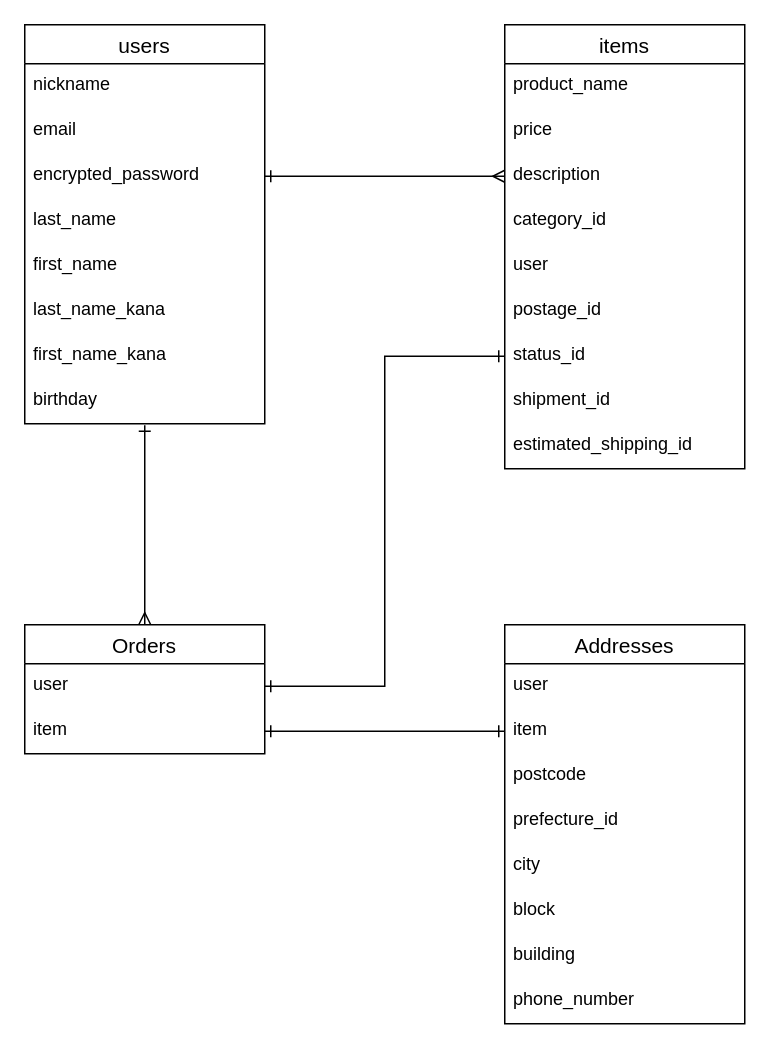
Above: test.dio in nakadairay/furima-36395 (draw.io), before the change. Source tidied: cells renumbered, new cells numbered last; positions are measured from the earlier drawing's top-left corner, leaving out a move shared by most shapes. Both pictures are drawn from the tidied source at 150%, with x=0, y=0 at pixel (24, 24).
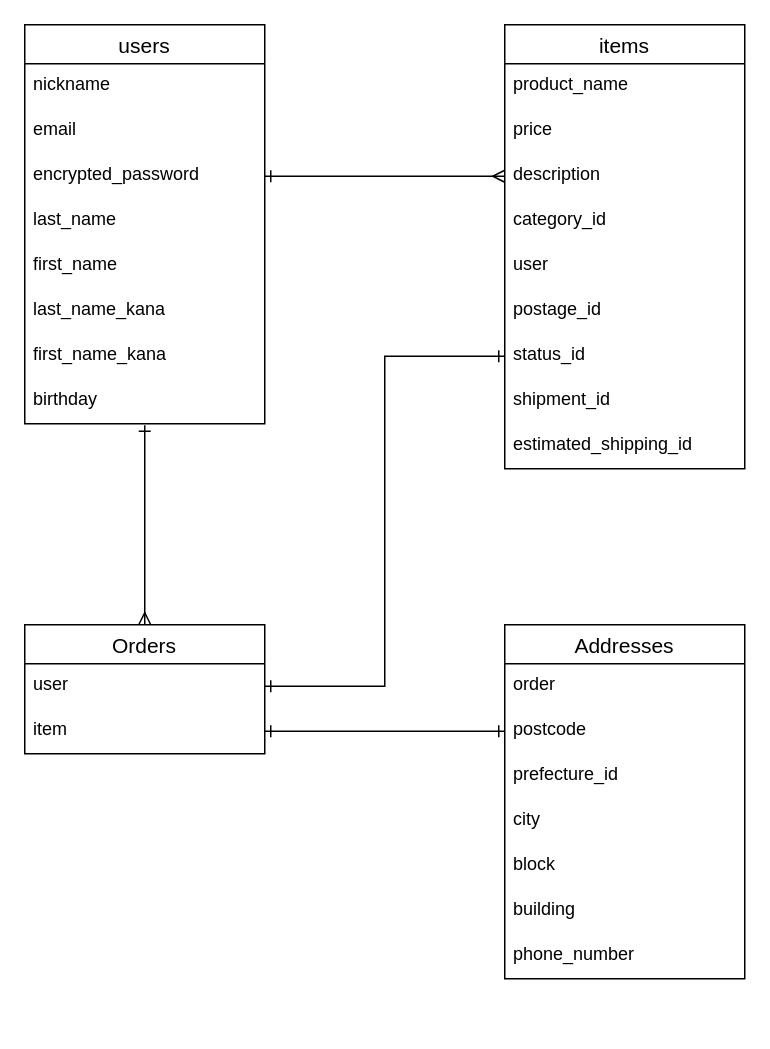
The same diagram, later.

The change refers to these unchanged cells:
```xml
<mxCell id="15" value="item" style="text;strokeColor=none;fillColor=none;spacingLeft=4;spacingRight=4;overflow=hidden;points=[[0,0.5],[1,0.5]];portConstraint=eastwest;fontSize=12;" parent="13" vertex="1">
  <mxGeometry y="56" width="160" height="30" as="geometry" />
</mxCell>
```

Diff of the diagram source:
```diff
@@
     <mxCell id="25" value="Addresses" style="swimlane;fontStyle=0;horizontal=1;startSize=26;align=center;fontSize=14;" parent="1" vertex="1">
-      <mxGeometry x="320" y="400" width="160" height="266" as="geometry" />
+      <mxGeometry x="320" y="400" width="160" height="236" as="geometry" />
     </mxCell>
-    <mxCell id="26" value="user" style="text;strokeColor=none;fillColor=none;spacingLeft=4;spacingRight=4;overflow=hidden;fontSize=12;" parent="25" vertex="1">
+    <mxCell id="26" value="order" style="text;strokeColor=none;fillColor=none;spacingLeft=4;spacingRight=4;overflow=hidden;fontSize=12;" parent="25" vertex="1">
       <mxGeometry y="26" width="160" height="30" as="geometry" />
     </mxCell>
-    <mxCell id="27" value="item" style="text;strokeColor=none;fillColor=none;spacingLeft=4;spacingRight=4;overflow=hidden;points=[[0,0.5],[1,0.5]];portConstraint=eastwest;fontSize=12;" parent="25" vertex="1">
-      <mxGeometry y="56" width="160" height="30" as="geometry" />
-    </mxCell>
     <mxCell id="28" value="postcode" style="text;strokeColor=none;fillColor=none;spacingLeft=4;spacingRight=4;overflow=hidden;fontSize=12;" parent="25" vertex="1">
-      <mxGeometry y="86" width="160" height="30" as="geometry" />
+      <mxGeometry y="56" width="160" height="30" as="geometry" />
     </mxCell>
     <mxCell id="29" value="prefecture_id" style="text;strokeColor=none;fillColor=none;spacingLeft=4;spacingRight=4;overflow=hidden;fontSize=12;" parent="25" vertex="1">
-      <mxGeometry y="116" width="160" height="30" as="geometry" />
+      <mxGeometry y="86" width="160" height="30" as="geometry" />
     </mxCell>
     <mxCell id="30" value="city" style="text;strokeColor=none;fillColor=none;spacingLeft=4;spacingRight=4;overflow=hidden;fontSize=12;" parent="25" vertex="1">
-      <mxGeometry y="146" width="160" height="30" as="geometry" />
+      <mxGeometry y="116" width="160" height="30" as="geometry" />
     </mxCell>
     <mxCell id="31" value="block" style="text;strokeColor=none;fillColor=none;spacingLeft=4;spacingRight=4;overflow=hidden;fontSize=12;" parent="25" vertex="1">
-      <mxGeometry y="176" width="160" height="30" as="geometry" />
+      <mxGeometry y="146" width="160" height="30" as="geometry" />
     </mxCell>
     <mxCell id="32" value="building" style="text;strokeColor=none;fillColor=none;spacingLeft=4;spacingRight=4;overflow=hidden;fontSize=12;" parent="25" vertex="1">
-      <mxGeometry y="206" width="160" height="30" as="geometry" />
+      <mxGeometry y="176" width="160" height="30" as="geometry" />
     </mxCell>
     <mxCell id="33" value="phone_number" style="text;strokeColor=none;fillColor=none;spacingLeft=4;spacingRight=4;overflow=hidden;fontSize=12;" parent="25" vertex="1">
-      <mxGeometry y="236" width="160" height="30" as="geometry" />
+      <mxGeometry y="206" width="160" height="30" as="geometry" />
     </mxCell>
@@
-    <mxCell id="35" style="edgeStyle=none;rounded=0;jettySize=auto;html=1;exitX=1;exitY=0.5;exitDx=0;exitDy=0;startArrow=ERone;startFill=0;endArrow=ERone;endFill=0;entryX=0;entryY=0.5;entryDx=0;entryDy=0;" parent="1" edge="1" source="15" target="27">
-      <mxGeometry relative="1" as="geometry" />
+    <mxCell id="35" style="edgeStyle=none;rounded=0;jettySize=auto;html=1;exitX=1;exitY=0.5;exitDx=0;exitDy=0;startArrow=ERone;startFill=0;endArrow=ERone;endFill=0;entryX=0;entryY=0.5;entryDx=0;entryDy=0;" parent="1" edge="1" source="15">
+      <mxGeometry relative="1" as="geometry">
+        <mxPoint x="320" y="471" as="targetPoint" />
+      </mxGeometry>
     </mxCell>
```
